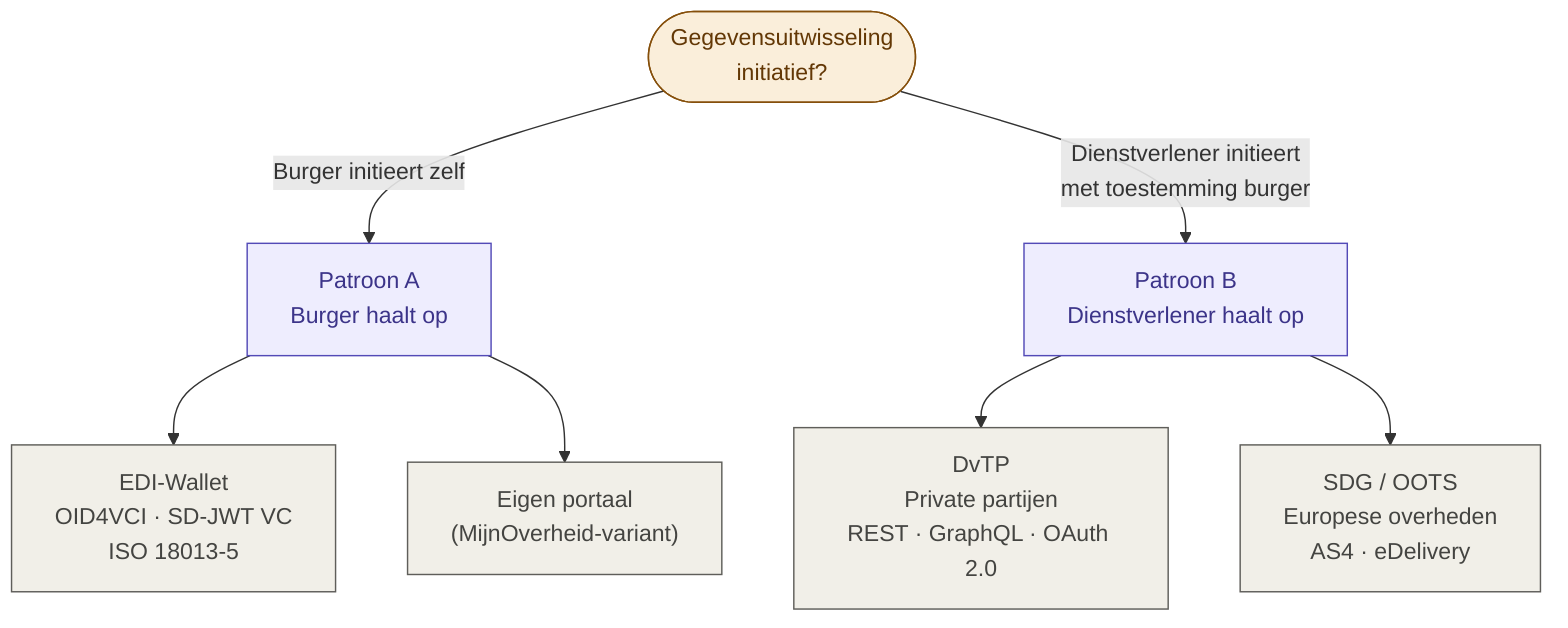
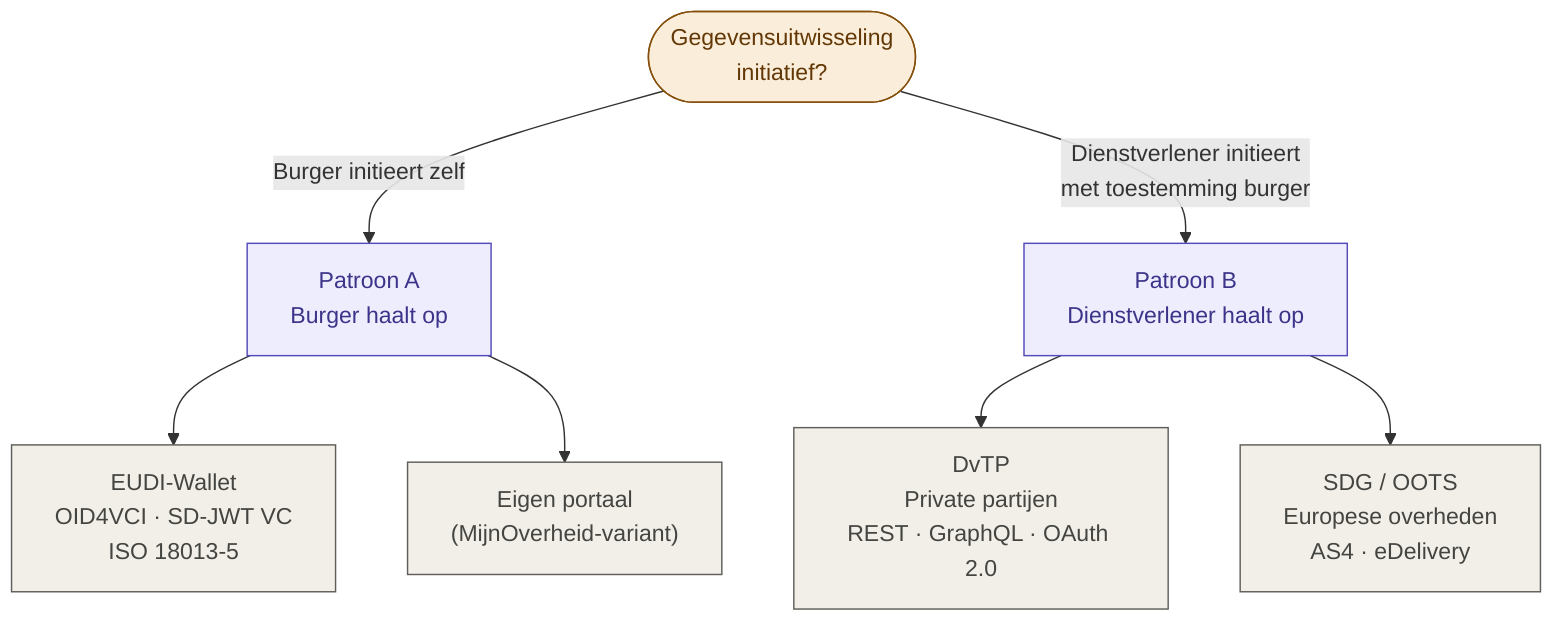
graph TD
    START([Gegevensuitwisseling\ninitiatief?])

    START -->|Burger initieert zelf| A
    START -->|Dienstverlener initieert\nmet toestemming burger| B

    A["Patroon A\nBurger haalt op"]
    B["Patroon B\nDienstverlener haalt op"]

-     A --> A1["EDI-Wallet\nOID4VCI · SD-JWT VC\nISO 18013-5"]
+     A --> A1["EUDI-Wallet\nOID4VCI · SD-JWT VC\nISO 18013-5"]
    A --> A2["Eigen portaal\n(MijnOverheid-variant)"]

    B --> B1["DvTP\nPrivate partijen\nREST · GraphQL · OAuth 2.0"]
    B --> B2["SDG / OOTS\nEuropese overheden\nAS4 · eDelivery"]

    classDef patroon fill:#EEEDFE,stroke:#534AB7,color:#3C3489
    classDef kanaal  fill:#F1EFE8,stroke:#5F5E5A,color:#444441
    classDef start   fill:#FAEEDA,stroke:#854F0B,color:#633806

    class START start
    class A,B patroon
    class A1,A2,B1,B2 kanaal
